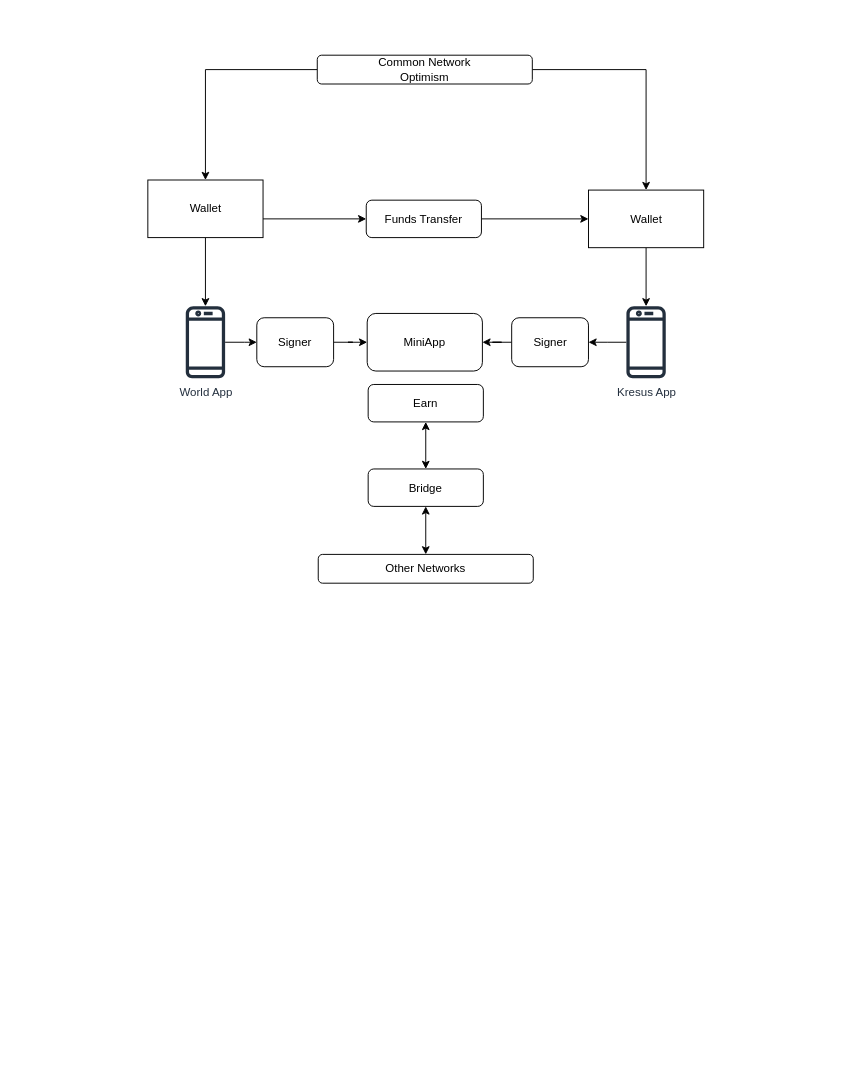
ali-05-ahmed/Concept-Diagrams keeps this draw.io diagram as worldappbridgKresus.drawio. Above is the earlier version. Source tidied: cells renumbered, new cells numbered last; positions are measured from the earlier drawing's top-left corner, leaving out a move shared by most shapes. Both pictures are drawn from the tidied source at 96%, with x=0, y=0 at pixel (147, 55).
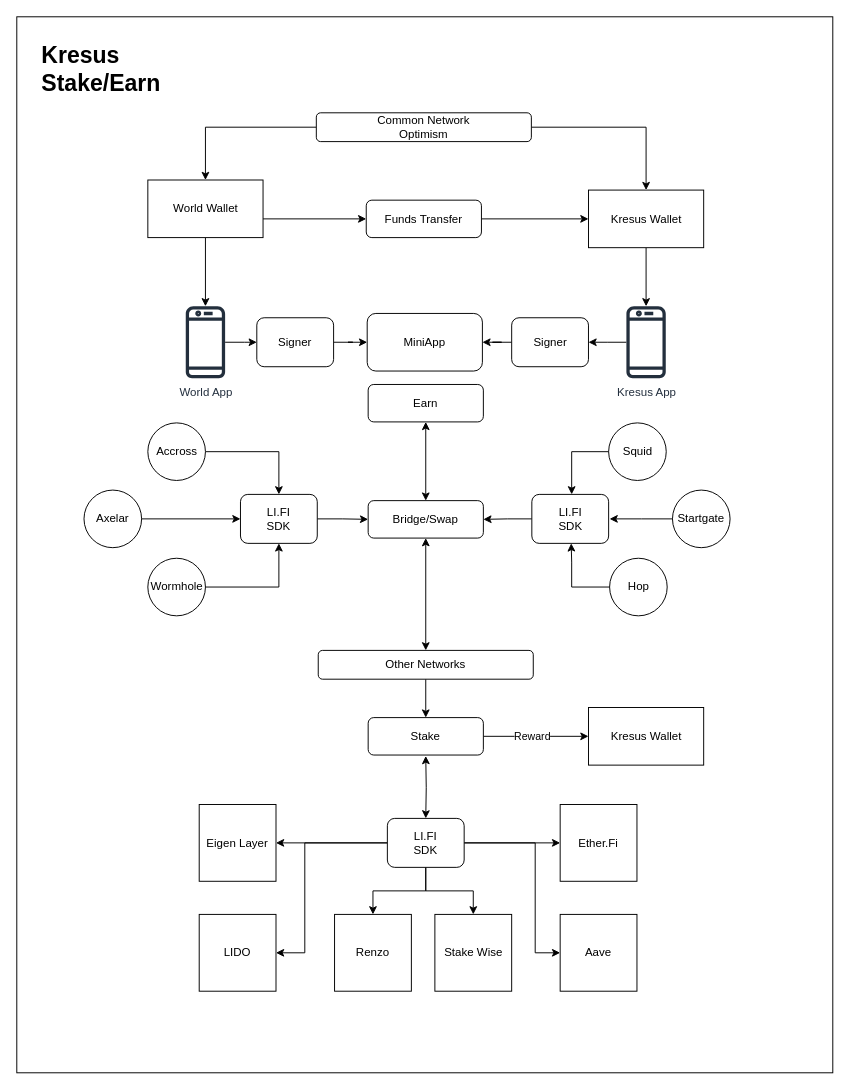
The same page after the edit.

What changed in the source:
```diff
@@
+    <mxCell id="26" style="rounded=0;whiteSpace=wrap;html=1;" parent="1" vertex="1">
+      <mxGeometry x="-136" y="-40" width="850" height="1100" as="geometry" />
+    </mxCell>
@@
-    <mxCell id="9" value="Wallet" style="rounded=0;whiteSpace=wrap;html=1;" parent="1" vertex="1">
+    <mxCell id="9" value="World Wallet" style="rounded=0;whiteSpace=wrap;html=1;" parent="1" vertex="1">
       <mxGeometry x="0.5" y="130" width="120" height="60" as="geometry" />
     </mxCell>
@@
-    <mxCell id="12" value="Wallet" style="rounded=0;whiteSpace=wrap;html=1;" parent="1" vertex="1">
+    <mxCell id="12" value="Kresus Wallet" style="rounded=0;whiteSpace=wrap;html=1;" parent="1" vertex="1">
       <mxGeometry x="459.5" y="140.5" width="120" height="60" as="geometry" />
     </mxCell>
@@
     <mxCell id="15" value="Common Network&lt;br&gt;Optimism" style="rounded=1;whiteSpace=wrap;html=1;" parent="1" vertex="1">
-      <mxGeometry x="177" width="224" height="30" as="geometry" />
+      <mxGeometry x="176" y="60" width="224" height="30" as="geometry" />
     </mxCell>
@@
-    <mxCell id="20" value="Bridge" style="rounded=1;whiteSpace=wrap;html=1;" parent="1" vertex="1">
-      <mxGeometry x="230" y="431" width="120" height="39" as="geometry" />
+    <mxCell id="20" value="Bridge/Swap" style="rounded=1;whiteSpace=wrap;html=1;" parent="1" vertex="1">
+      <mxGeometry x="230" y="464" width="120" height="39" as="geometry" />
     </mxCell>
@@
+    <mxCell id="27" style="edgeStyle=orthogonalEdgeStyle;rounded=0;jettySize=auto;html=1;" parent="1" edge="1" source="25" target="55">
+      <mxGeometry relative="1" as="geometry" />
+    </mxCell>
     <mxCell id="25" value="Other Networks" style="rounded=1;whiteSpace=wrap;html=1;" parent="1" vertex="1">
-      <mxGeometry x="178" y="520" width="224" height="30" as="geometry" />
+      <mxGeometry x="178" y="620" width="224" height="30" as="geometry" />
     </mxCell>
+    <mxCell id="28" style="edgeStyle=orthogonalEdgeStyle;rounded=0;jettySize=auto;html=1;" parent="1" edge="1" source="29" target="43">
+      <mxGeometry relative="1" as="geometry" />
+    </mxCell>
+    <mxCell id="29" value="Accross" style="ellipse;whiteSpace=wrap;html=1;" parent="1" vertex="1">
+      <mxGeometry x="0.5" y="383" width="60" height="60" as="geometry" />
+    </mxCell>
+    <mxCell id="30" style="edgeStyle=orthogonalEdgeStyle;rounded=0;jettySize=auto;html=1;" parent="1" edge="1" source="31" target="43">
+      <mxGeometry relative="1" as="geometry" />
+    </mxCell>
+    <mxCell id="31" value="Axelar" style="ellipse;whiteSpace=wrap;html=1;" parent="1" vertex="1">
+      <mxGeometry x="-66" y="453" width="60" height="60" as="geometry" />
+    </mxCell>
+    <mxCell id="32" style="edgeStyle=orthogonalEdgeStyle;rounded=0;jettySize=auto;html=1;" parent="1" edge="1" source="33" target="43">
+      <mxGeometry relative="1" as="geometry" />
+    </mxCell>
+    <mxCell id="33" value="Wormhole" style="ellipse;whiteSpace=wrap;html=1;" parent="1" vertex="1">
+      <mxGeometry x="0.5" y="524" width="60" height="60" as="geometry" />
+    </mxCell>
+    <mxCell id="34" style="edgeStyle=orthogonalEdgeStyle;rounded=0;orthogonalLoop=1;jettySize=auto;html=1;" parent="1" edge="1">
+      <mxGeometry relative="1" as="geometry">
+        <mxPoint x="481.5" y="413" as="sourcePoint" />
+        <mxPoint x="442" y="457.5" as="targetPoint" />
+        <Array as="points">
+          <mxPoint x="442" y="413" />
+        </Array>
+      </mxGeometry>
+    </mxCell>
+    <mxCell id="35" value="Squid" style="ellipse;whiteSpace=wrap;html=1;" parent="1" vertex="1">
+      <mxGeometry x="480.5" y="383" width="60" height="60" as="geometry" />
+    </mxCell>
+    <mxCell id="36" style="edgeStyle=orthogonalEdgeStyle;rounded=0;jettySize=auto;html=1;" parent="1" edge="1" source="37">
+      <mxGeometry relative="1" as="geometry">
+        <mxPoint x="481.5" y="483" as="targetPoint" />
+      </mxGeometry>
+    </mxCell>
+    <mxCell id="37" value="Startgate" style="ellipse;whiteSpace=wrap;html=1;" parent="1" vertex="1">
+      <mxGeometry x="547" y="453" width="60" height="60" as="geometry" />
+    </mxCell>
+    <mxCell id="38" style="edgeStyle=orthogonalEdgeStyle;rounded=0;jettySize=auto;html=1;entryX=0.5;entryY=1;entryDx=0;entryDy=0;" parent="1" edge="1" source="39">
+      <mxGeometry relative="1" as="geometry">
+        <mxPoint x="441.5" y="508.5" as="targetPoint" />
+        <Array as="points">
+          <mxPoint x="442" y="554" />
+          <mxPoint x="442" y="528" />
+          <mxPoint x="442" y="528" />
+        </Array>
+      </mxGeometry>
+    </mxCell>
+    <mxCell id="39" value="Hop" style="ellipse;whiteSpace=wrap;html=1;" parent="1" vertex="1">
+      <mxGeometry x="481.5" y="524" width="60" height="60" as="geometry" />
+    </mxCell>
+    <mxCell id="40" style="edgeStyle=orthogonalEdgeStyle;rounded=0;jettySize=auto;html=1;" parent="1" edge="1" source="41" target="20">
+      <mxGeometry relative="1" as="geometry" />
+    </mxCell>
+    <mxCell id="41" value="LI.FI&lt;br&gt;SDK" style="rounded=1;whiteSpace=wrap;html=1;" parent="1" vertex="1">
+      <mxGeometry x="400.5" y="457.5" width="80" height="51" as="geometry" />
+    </mxCell>
+    <mxCell id="42" style="edgeStyle=orthogonalEdgeStyle;rounded=0;jettySize=auto;html=1;" parent="1" edge="1" source="43" target="20">
+      <mxGeometry relative="1" as="geometry" />
+    </mxCell>
+    <mxCell id="43" value="LI.FI&lt;br&gt;SDK" style="rounded=1;whiteSpace=wrap;html=1;" parent="1" vertex="1">
+      <mxGeometry x="97" y="457.5" width="80" height="51" as="geometry" />
+    </mxCell>
+    <mxCell id="44" style="edgeStyle=orthogonalEdgeStyle;rounded=0;jettySize=auto;html=1;entryX=1;entryY=0.5;entryDx=0;entryDy=0;" parent="1" edge="1" source="50" target="51">
+      <mxGeometry relative="1" as="geometry" />
+    </mxCell>
+    <mxCell id="45" style="edgeStyle=orthogonalEdgeStyle;rounded=0;jettySize=auto;html=1;entryX=1;entryY=0.5;entryDx=0;entryDy=0;" parent="1" edge="1" source="50" target="56">
+      <mxGeometry relative="1" as="geometry">
+        <Array as="points">
+          <mxPoint x="164" y="820" />
+          <mxPoint x="164" y="935" />
+        </Array>
+      </mxGeometry>
+    </mxCell>
+    <mxCell id="46" style="edgeStyle=orthogonalEdgeStyle;rounded=0;jettySize=auto;html=1;" parent="1" edge="1" source="50" target="57">
+      <mxGeometry relative="1" as="geometry" />
+    </mxCell>
+    <mxCell id="47" style="edgeStyle=orthogonalEdgeStyle;rounded=0;jettySize=auto;html=1;" parent="1" edge="1" source="50" target="58">
+      <mxGeometry relative="1" as="geometry" />
+    </mxCell>
+    <mxCell id="48" style="edgeStyle=orthogonalEdgeStyle;rounded=0;jettySize=auto;html=1;entryX=0;entryY=0.5;entryDx=0;entryDy=0;" parent="1" edge="1" source="50" target="59">
+      <mxGeometry relative="1" as="geometry">
+        <Array as="points">
+          <mxPoint x="404" y="820" />
+          <mxPoint x="404" y="935" />
+        </Array>
+      </mxGeometry>
+    </mxCell>
+    <mxCell id="49" style="edgeStyle=orthogonalEdgeStyle;rounded=0;jettySize=auto;html=1;entryX=0;entryY=0.5;entryDx=0;entryDy=0;" parent="1" edge="1" source="50" target="60">
+      <mxGeometry relative="1" as="geometry" />
+    </mxCell>
+    <mxCell id="50" value="LI.FI&lt;br&gt;SDK" style="rounded=1;whiteSpace=wrap;html=1;" parent="1" vertex="1">
+      <mxGeometry x="250" y="795" width="80" height="51" as="geometry" />
+    </mxCell>
+    <mxCell id="51" value="Eigen Layer" style="whiteSpace=wrap;html=1;" parent="1" vertex="1">
+      <mxGeometry x="54" y="780.5" width="80" height="80" as="geometry" />
+    </mxCell>
+    <mxCell id="52" style="edgeStyle=orthogonalEdgeStyle;rounded=0;jettySize=auto;html=1;startArrow=classic;startFill=1;" parent="1" edge="1" target="50">
+      <mxGeometry relative="1" as="geometry">
+        <mxPoint x="290" y="730" as="sourcePoint" />
+      </mxGeometry>
+    </mxCell>
+    <mxCell id="53" style="edgeStyle=orthogonalEdgeStyle;rounded=0;jettySize=auto;html=1;" parent="1" edge="1" source="55" target="61">
+      <mxGeometry relative="1" as="geometry" />
+    </mxCell>
+    <mxCell id="54" value="Reward" style="edgeLabel;html=1;align=center;verticalAlign=middle;" parent="53" vertex="1">
+      <mxGeometry x="-0.32" y="-1" relative="1" as="geometry">
+        <mxPoint x="13" y="-1" as="offset" />
+      </mxGeometry>
+    </mxCell>
+    <mxCell id="55" value="Stake" style="rounded=1;whiteSpace=wrap;html=1;" parent="1" vertex="1">
+      <mxGeometry x="230" y="690" width="120" height="39" as="geometry" />
+    </mxCell>
+    <mxCell id="56" value="LIDO" style="whiteSpace=wrap;html=1;" parent="1" vertex="1">
+      <mxGeometry x="54" y="895" width="80" height="80" as="geometry" />
+    </mxCell>
+    <mxCell id="57" value="Renzo" style="whiteSpace=wrap;html=1;" parent="1" vertex="1">
+      <mxGeometry x="195" y="895" width="80" height="80" as="geometry" />
+    </mxCell>
+    <mxCell id="58" value="Stake Wise" style="whiteSpace=wrap;html=1;" parent="1" vertex="1">
+      <mxGeometry x="299.5" y="895" width="80" height="80" as="geometry" />
+    </mxCell>
+    <mxCell id="59" value="Aave" style="whiteSpace=wrap;html=1;" parent="1" vertex="1">
+      <mxGeometry x="430" y="895" width="80" height="80" as="geometry" />
+    </mxCell>
+    <mxCell id="60" value="Ether.Fi" style="whiteSpace=wrap;html=1;" parent="1" vertex="1">
+      <mxGeometry x="430" y="780.5" width="80" height="80" as="geometry" />
+    </mxCell>
+    <mxCell id="61" value="Kresus Wallet" style="rounded=0;whiteSpace=wrap;html=1;" parent="1" vertex="1">
+      <mxGeometry x="459.5" y="679.5" width="120" height="60" as="geometry" />
+    </mxCell>
+    <mxCell id="62" value="&lt;h1 style=&quot;margin-top: 0px;&quot;&gt;Kresus Stake/Earn&lt;/h1&gt;" style="text;html=1;whiteSpace=wrap;overflow=hidden;rounded=0;" parent="1" vertex="1">
+      <mxGeometry x="-112" y="-20" width="193" height="70" as="geometry" />
+    </mxCell>
```
